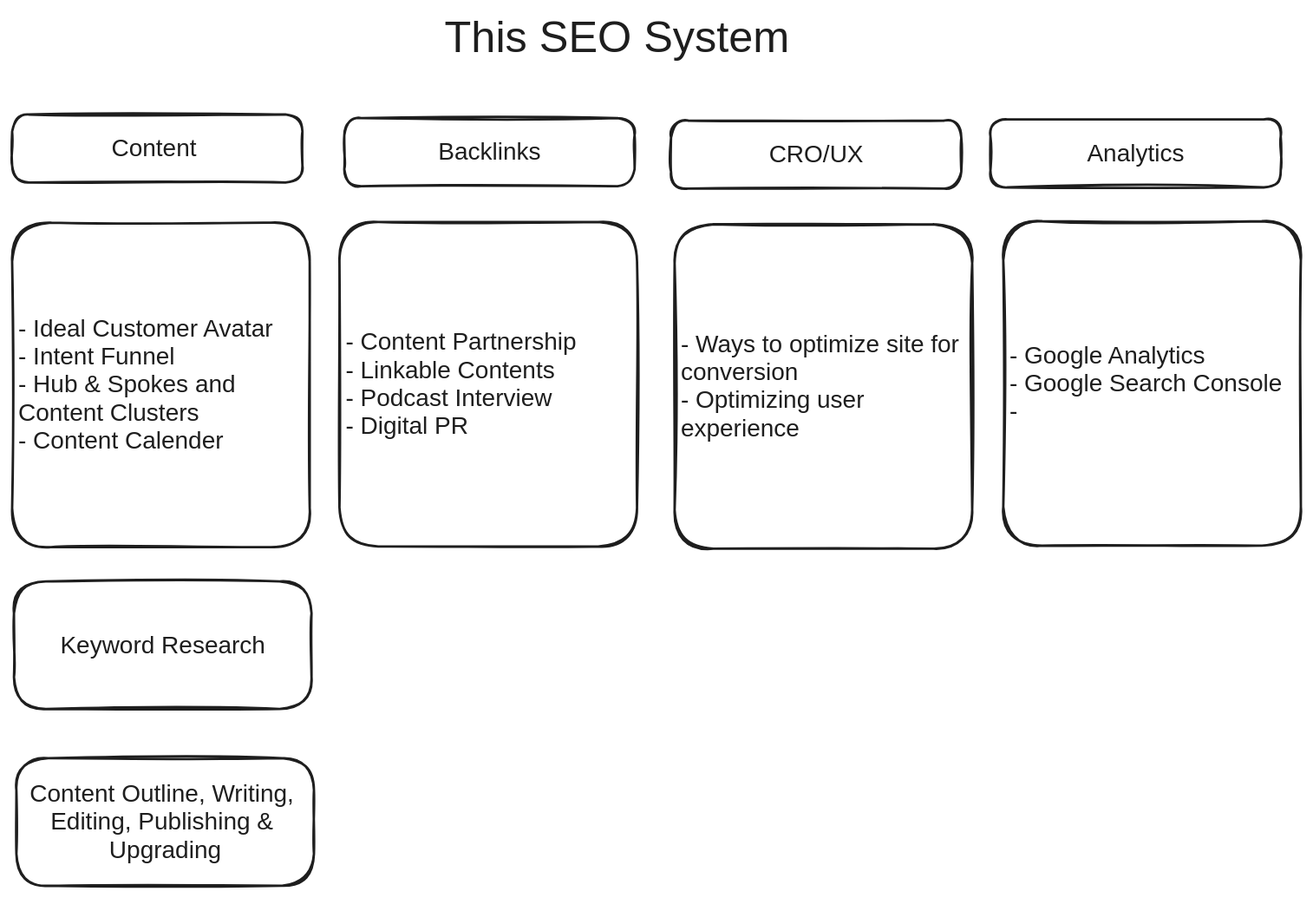
The Excalidraw diagram QuickNotes/20240526 The SEO System.excalidraw.svg in mshafat/noteshub, before a commit. Source tidied: one line per element, renumbered; positions are measured from the earlier drawing's top-left corner, leaving out a move shared by most shapes.
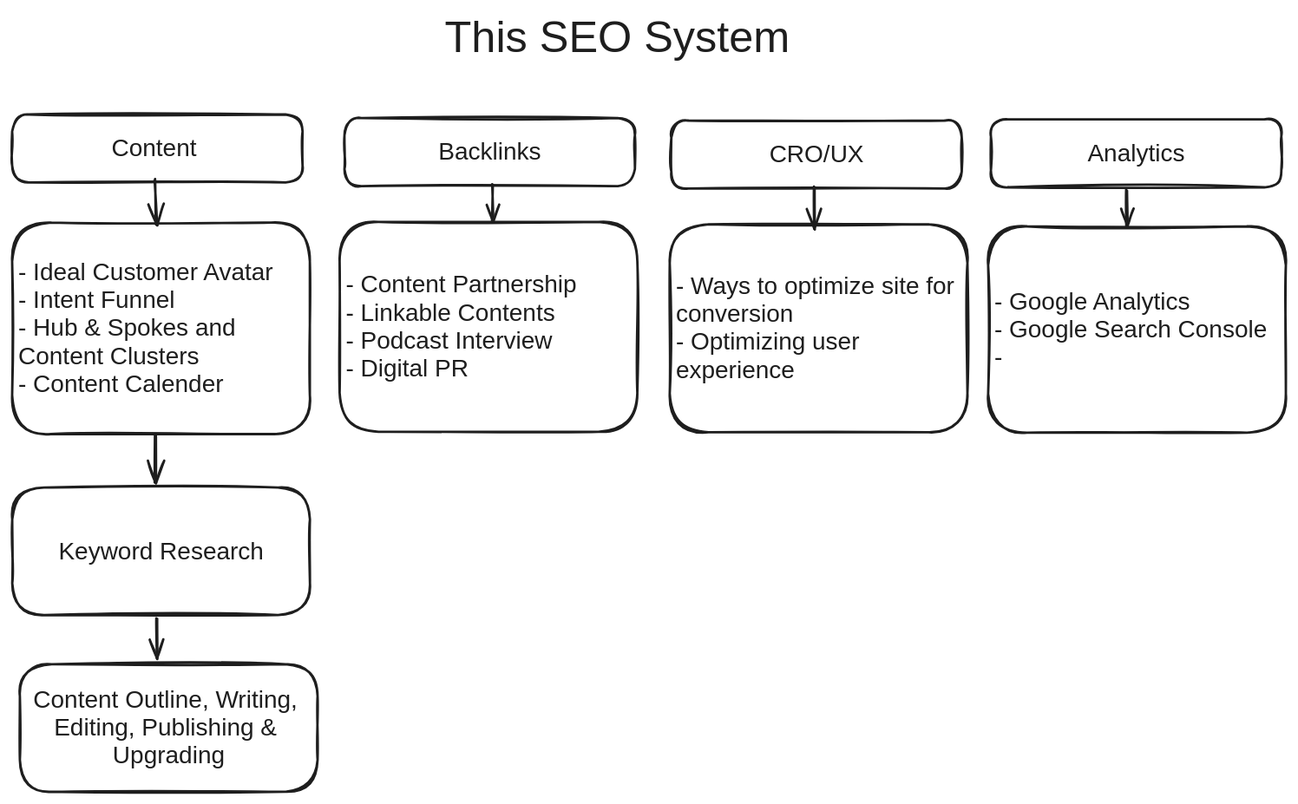
After the change.

Diff of the diagram source:
```diff
@@ -7,15 +7,21 @@
 {"id": 6, "type": "text", "text": "CRO/UX", "strokeColor": "#1e1e1e", "strokeWidth": 2, "roughness": 1, "fontSize": 20, "fontFamily": 2, "textAlign": "center", "verticalAlign": "middle", "inside": 5, "x": 623, "y": 106, "width": 78, "height": 23}
 {"id": 7, "type": "rectangle", "strokeColor": "#1e1e1e", "strokeWidth": 2, "roughness": 1, "round": true, "x": 806, "y": 88, "width": 239, "height": 56}
 {"id": 8, "type": "text", "text": "Analytics", "strokeColor": "#1e1e1e", "strokeWidth": 2, "roughness": 1, "fontSize": 20, "fontFamily": 2, "textAlign": "center", "verticalAlign": "middle", "inside": 7, "x": 885, "y": 105, "width": 80, "height": 23}
-{"id": 9, "type": "rectangle", "strokeColor": "#1e1e1e", "strokeWidth": 2, "roughness": 1, "round": true, "x": 0, "y": 173, "width": 245, "height": 267}
+{"id": 9, "type": "rectangle", "strokeColor": "#1e1e1e", "strokeWidth": 2, "roughness": 1, "round": true, "x": 0, "y": 173, "width": 245, "height": 174}
-{"id": 10, "type": "text", "text": "- Ideal Customer Avatar\n- Intent Funnel\n- Hub & Spokes and \nContent Clusters\n- Content Calender", "strokeColor": "#1e1e1e", "strokeWidth": 2, "roughness": 1, "fontSize": 20, "fontFamily": 2, "verticalAlign": "middle", "inside": 9, "x": 5, "y": 249, "width": 211, "height": 115}
+{"id": 10, "type": "text", "text": "- Ideal Customer Avatar\n- Intent Funnel\n- Hub & Spokes and \nContent Clusters\n- Content Calender", "strokeColor": "#1e1e1e", "strokeWidth": 2, "roughness": 1, "fontSize": 20, "fontFamily": 2, "verticalAlign": "middle", "inside": 9, "x": 5, "y": 203, "width": 211, "height": 115}
-{"id": 11, "type": "rectangle", "strokeColor": "#1e1e1e", "strokeWidth": 2, "roughness": 1, "round": true, "x": 270, "y": 173, "width": 245, "height": 267}
+{"id": 11, "type": "rectangle", "strokeColor": "#1e1e1e", "strokeWidth": 2, "roughness": 1, "round": true, "x": 270, "y": 173, "width": 245, "height": 173}
-{"id": 12, "type": "text", "text": "- Content Partnership\n- Linkable Contents \n- Podcast Interview\n- Digital PR", "strokeColor": "#1e1e1e", "strokeWidth": 2, "roughness": 1, "fontSize": 20, "fontFamily": 2, "verticalAlign": "middle", "inside": 11, "x": 274, "y": 260, "width": 190, "height": 92}
+{"id": 12, "type": "text", "text": "- Content Partnership\n- Linkable Contents \n- Podcast Interview\n- Digital PR", "strokeColor": "#1e1e1e", "strokeWidth": 2, "roughness": 1, "fontSize": 20, "fontFamily": 2, "verticalAlign": "middle", "inside": 11, "x": 274, "y": 213, "width": 190, "height": 92}
-{"id": 13, "type": "rectangle", "strokeColor": "#1e1e1e", "strokeWidth": 2, "roughness": 1, "round": true, "x": 2, "y": 468, "width": 245, "height": 105}
+{"id": 13, "type": "rectangle", "strokeColor": "#1e1e1e", "strokeWidth": 2, "roughness": 1, "round": true, "x": 0, "y": 391, "width": 245, "height": 105}
-{"id": 14, "type": "text", "text": "Keyword Research", "strokeColor": "#1e1e1e", "strokeWidth": 2, "roughness": 1, "fontSize": 20, "fontFamily": 2, "textAlign": "center", "verticalAlign": "middle", "inside": 13, "x": 40, "y": 509, "width": 169, "height": 23}
+{"id": 14, "type": "text", "text": "Keyword Research", "strokeColor": "#1e1e1e", "strokeWidth": 2, "roughness": 1, "fontSize": 20, "fontFamily": 2, "textAlign": "center", "verticalAlign": "middle", "inside": 13, "x": 38, "y": 432, "width": 169, "height": 23}
-{"id": 15, "type": "rectangle", "strokeColor": "#1e1e1e", "strokeWidth": 2, "roughness": 1, "round": true, "x": 4, "y": 614, "width": 245, "height": 105}
+{"id": 15, "type": "rectangle", "strokeColor": "#1e1e1e", "strokeWidth": 2, "roughness": 1, "round": true, "x": 6, "y": 537, "width": 245, "height": 105}
-{"id": 16, "type": "text", "text": "Content Outline, Writing, \nEditing, Publishing & \nUpgrading", "strokeColor": "#1e1e1e", "strokeWidth": 2, "roughness": 1, "fontSize": 20, "fontFamily": 2, "textAlign": "center", "verticalAlign": "middle", "inside": 15, "x": 14, "y": 632, "width": 223, "height": 69}
+{"id": 16, "type": "text", "text": "Content Outline, Writing, \nEditing, Publishing & \nUpgrading", "strokeColor": "#1e1e1e", "strokeWidth": 2, "roughness": 1, "fontSize": 20, "fontFamily": 2, "textAlign": "center", "verticalAlign": "middle", "inside": 15, "x": 17, "y": 555, "width": 223, "height": 69}
-{"id": 17, "type": "rectangle", "strokeColor": "#1e1e1e", "strokeWidth": 2, "roughness": 1, "round": true, "x": 545, "y": 175, "width": 245, "height": 267}
+{"id": 17, "type": "rectangle", "strokeColor": "#1e1e1e", "strokeWidth": 2, "roughness": 1, "round": true, "x": 541, "y": 175, "width": 245, "height": 171}
-{"id": 18, "type": "text", "text": "- Ways to optimize site for \nconversion \n- Optimizing user \nexperience ", "strokeColor": "#1e1e1e", "strokeWidth": 2, "roughness": 1, "fontSize": 20, "fontFamily": 2, "verticalAlign": "middle", "inside": 17, "x": 550, "y": 262, "width": 235, "height": 92}
+{"id": 18, "type": "text", "text": "- Ways to optimize site for \nconversion \n- Optimizing user \nexperience ", "strokeColor": "#1e1e1e", "strokeWidth": 2, "roughness": 1, "fontSize": 20, "fontFamily": 2, "verticalAlign": "middle", "inside": 17, "x": 546, "y": 214, "width": 235, "height": 92}
-{"id": 19, "type": "rectangle", "strokeColor": "#1e1e1e", "strokeWidth": 2, "roughness": 1, "round": true, "x": 816, "y": 172, "width": 245, "height": 267}
+{"id": 19, "type": "rectangle", "strokeColor": "#1e1e1e", "strokeWidth": 2, "roughness": 1, "round": true, "x": 803, "y": 176, "width": 245, "height": 170}
-{"id": 20, "type": "text", "text": "- Google Analytics\n- Google Search Console\n- ", "strokeColor": "#1e1e1e", "strokeWidth": 2, "roughness": 1, "fontSize": 20, "fontFamily": 2, "verticalAlign": "middle", "inside": 19, "x": 821, "y": 271, "width": 225, "height": 69}
+{"id": 20, "type": "text", "text": "- Google Analytics\n- Google Search Console\n- ", "strokeColor": "#1e1e1e", "strokeWidth": 2, "roughness": 1, "fontSize": 20, "fontFamily": 2, "verticalAlign": "middle", "inside": 19, "x": 808, "y": 227, "width": 225, "height": 69}
+{"id": 21, "type": "arrow", "strokeColor": "#1e1e1e", "strokeWidth": 2, "roughness": 1, "endArrowhead": "arrow", "round": true, "x": 117, "y": 138, "width": 1, "height": 37, "points": [[0, 0], [1, 37]]}
+{"id": 22, "type": "arrow", "strokeColor": "#1e1e1e", "strokeWidth": 2, "roughness": 1, "endArrowhead": "arrow", "round": true, "from": 11, "x": 395, "y": 142, "width": 0, "height": 30, "points": [[0, 0], [0, 30]]}
+{"id": 23, "type": "arrow", "strokeColor": "#1e1e1e", "strokeWidth": 2, "roughness": 1, "endArrowhead": "arrow", "round": true, "from": 17, "x": 660, "y": 144, "width": 0, "height": 34, "points": [[0, 0], [0, 34]]}
+{"id": 24, "type": "arrow", "strokeColor": "#1e1e1e", "strokeWidth": 2, "roughness": 1, "endArrowhead": "arrow", "round": true, "from": 19, "x": 917, "y": 146, "width": 0, "height": 30, "points": [[0, 0], [0, 30]]}
+{"id": 25, "type": "arrow", "strokeColor": "#1e1e1e", "strokeWidth": 2, "roughness": 1, "endArrowhead": "arrow", "round": true, "from": 9, "to": 13, "x": 118, "y": 348, "width": 0, "height": 39, "points": [[0, 0], [0, 39]]}
+{"id": 26, "type": "arrow", "strokeColor": "#1e1e1e", "strokeWidth": 2, "roughness": 1, "endArrowhead": "arrow", "round": true, "from": 13, "to": 15, "x": 119, "y": 499, "width": 0, "height": 33, "points": [[0, 0], [0, 33]]}
```
